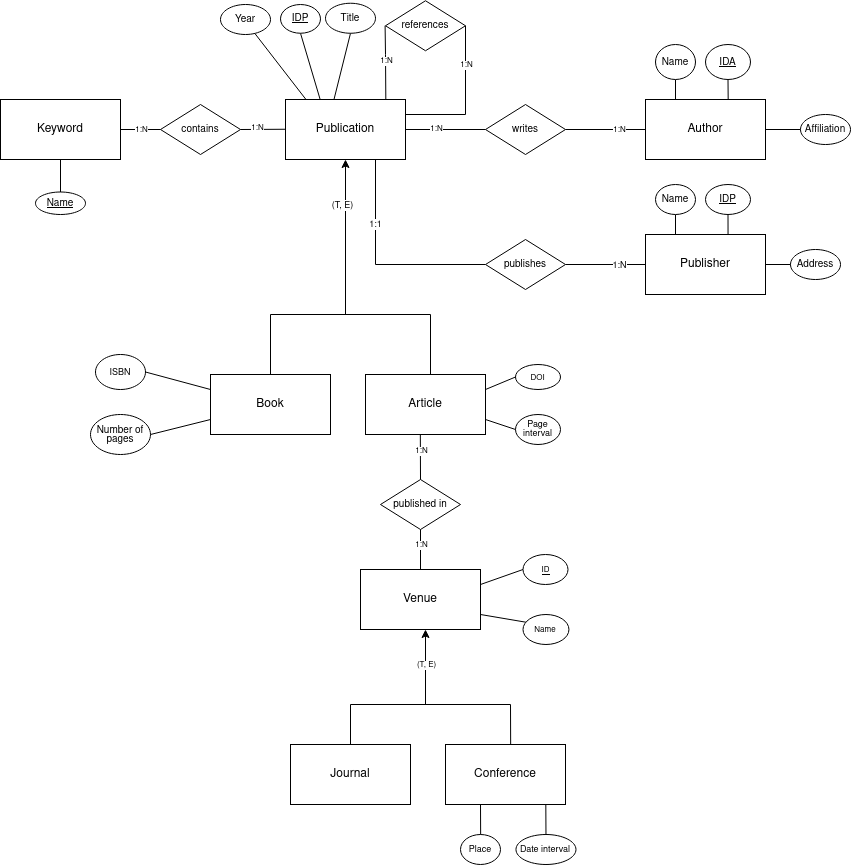
This is schemas/ER_def.drawio.png from Eliaxie/SMBUD-NoSQL-Project, a draw.io export, as it was before one commit. Source tidied: cells renumbered, new cells last; positions are measured from the earlier drawing's top-left corner, leaving out a move shared by most shapes.
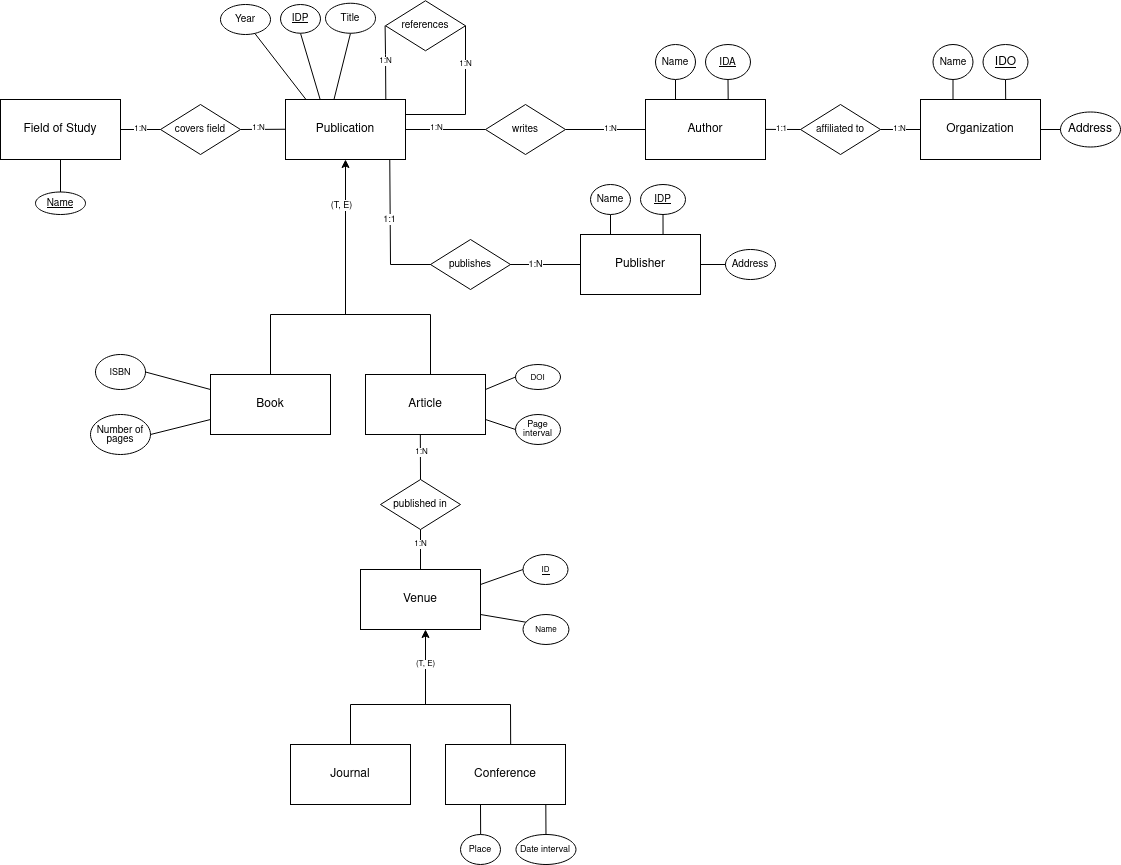
After the change.

What changed in the source:
```diff
@@ -42,7 +42,9 @@
       <mxGeometry relative="1" as="geometry" />
     </mxCell>
     <mxCell id="15" value="1:N" style="edgeLabel;html=1;align=center;verticalAlign=middle;fontSize=8;" parent="14" vertex="1">
-      <mxGeometry x="0.32" relative="1" as="geometry" />
+      <mxGeometry x="0.32" relative="1" as="geometry">
+        <mxPoint x="-8" as="offset" />
+      </mxGeometry>
     </mxCell>
     <mxCell id="16" style="endArrow=none;html=1;rounded=0;fontSize=8;exitX=1;exitY=0.5;exitDx=0;exitDy=0;" parent="1" edge="1" source="2" target="18">
       <mxGeometry relative="1" as="geometry" />
@@ -134,33 +136,33 @@
       </mxGeometry>
     </mxCell>
     <mxCell id="38" value="Publisher" style="whiteSpace=wrap;html=1;" parent="1" vertex="1">
-      <mxGeometry x="645" y="234" width="120" height="60" as="geometry" />
+      <mxGeometry x="580" y="234" width="120" height="60" as="geometry" />
     </mxCell>
     <mxCell id="39" style="endArrow=none;html=1;rounded=0;entryX=0.25;entryY=0;entryDx=0;entryDy=0;exitX=0.5;exitY=1;exitDx=0;exitDy=0;" parent="1" edge="1" source="40" target="38">
       <mxGeometry relative="1" as="geometry" />
     </mxCell>
     <mxCell id="40" value="&lt;font style=&quot;font-size: 10px;&quot;&gt;Name&lt;/font&gt;" style="ellipse;whiteSpace=wrap;html=1;" parent="1" vertex="1">
-      <mxGeometry x="655" y="184" width="40" height="30" as="geometry" />
+      <mxGeometry x="590" y="184" width="40" height="30" as="geometry" />
     </mxCell>
     <mxCell id="41" style="endArrow=none;html=1;rounded=0;entryX=0.688;entryY=0.002;entryDx=0;entryDy=0;exitX=0.5;exitY=1;exitDx=0;exitDy=0;entryPerimeter=0;" parent="1" edge="1" source="42" target="38">
       <mxGeometry relative="1" as="geometry" />
     </mxCell>
     <mxCell id="42" value="&lt;font style=&quot;font-size: 10px;&quot;&gt;&lt;span style=&quot;&quot;&gt;&lt;u&gt;IDP&lt;/u&gt;&lt;/span&gt;&lt;/font&gt;" style="ellipse;whiteSpace=wrap;html=1;" parent="1" vertex="1">
-      <mxGeometry x="705" y="184" width="45" height="30" as="geometry" />
+      <mxGeometry x="640" y="184" width="45" height="30" as="geometry" />
     </mxCell>
     <mxCell id="43" style="endArrow=none;html=1;rounded=0;fontSize=8;exitX=1;exitY=0.5;exitDx=0;exitDy=0;entryX=0;entryY=0.5;entryDx=0;entryDy=0;" parent="1" edge="1" target="38">
       <mxGeometry relative="1" as="geometry">
-        <mxPoint x="565" y="264" as="sourcePoint" />
+        <mxPoint x="445" y="264" as="sourcePoint" />
       </mxGeometry>
     </mxCell>
     <mxCell id="44" value="1:N" style="edgeLabel;html=1;align=center;verticalAlign=middle;fontSize=9;" parent="43" vertex="1">
       <mxGeometry x="0.33" relative="1" as="geometry" />
     </mxCell>
-    <mxCell id="45" style="endArrow=none;html=1;rounded=0;labelBackgroundColor=#FFFF66;fontSize=8;exitX=0;exitY=0.5;exitDx=0;exitDy=0;entryX=0.75;entryY=1;entryDx=0;entryDy=0;" parent="1" edge="1" target="2">
+    <mxCell id="45" style="endArrow=none;html=1;rounded=0;labelBackgroundColor=#FFFF66;fontSize=8;exitX=0;exitY=0.5;exitDx=0;exitDy=0;entryX=0.869;entryY=1;entryDx=0;entryDy=0;entryPerimeter=0;" parent="1" edge="1" target="2">
       <mxGeometry relative="1" as="geometry">
         <mxPoint x="485" y="264" as="sourcePoint" />
         <Array as="points">
-          <mxPoint x="375" y="264" />
+          <mxPoint x="390" y="264" />
         </Array>
       </mxGeometry>
     </mxCell>
@@ -169,24 +171,18 @@
     </mxCell>
     <mxCell id="47" style="endArrow=none;html=1;rounded=0;entryX=1;entryY=0.5;entryDx=0;entryDy=0;" parent="1" edge="1" target="38">
       <mxGeometry relative="1" as="geometry">
-        <mxPoint x="800" y="264" as="sourcePoint" />
+        <mxPoint x="735" y="264" as="sourcePoint" />
       </mxGeometry>
     </mxCell>
     <mxCell id="48" value="&lt;font style=&quot;font-size: 10px;&quot;&gt;&lt;span style=&quot;&quot;&gt;Address&lt;/span&gt;&lt;/font&gt;" style="ellipse;whiteSpace=wrap;html=1;" parent="1" vertex="1">
-      <mxGeometry x="790" y="249" width="50" height="30" as="geometry" />
+      <mxGeometry x="725" y="249" width="50" height="30" as="geometry" />
     </mxCell>
     <mxCell id="49" value="&lt;font style=&quot;font-size: 10px;&quot;&gt;references&lt;/font&gt;" style="rhombus;whiteSpace=wrap;html=1;fontSize=8;" parent="1" vertex="1">
       <mxGeometry x="385" y="0.2" width="80" height="50" as="geometry" />
     </mxCell>
     <mxCell id="50" value="&lt;font style=&quot;font-size: 10px;&quot;&gt;publishes&lt;/font&gt;" style="rhombus;whiteSpace=wrap;html=1;fontSize=8;" parent="1" vertex="1">
-      <mxGeometry x="485" y="239" width="80" height="50" as="geometry" />
+      <mxGeometry x="430" y="239" width="80" height="50" as="geometry" />
     </mxCell>
-    <mxCell id="51" value="&lt;font style=&quot;font-size: 10px;&quot;&gt;Affiliation&lt;/font&gt;" style="ellipse;whiteSpace=wrap;html=1;" parent="1" vertex="1">
-      <mxGeometry x="800" y="114" width="50" height="30" as="geometry" />
-    </mxCell>
-    <mxCell id="52" style="endArrow=none;html=1;rounded=0;entryX=1;entryY=0.5;entryDx=0;entryDy=0;exitX=0;exitY=0.5;exitDx=0;exitDy=0;" parent="1" edge="1" source="51" target="3">
-      <mxGeometry relative="1" as="geometry" />
-    </mxCell>
     <mxCell id="53" value="&lt;font style=&quot;font-size: 10px;&quot;&gt;published in&lt;/font&gt;" style="rhombus;whiteSpace=wrap;html=1;fontSize=8;" parent="1" vertex="1">
       <mxGeometry x="380" y="479" width="80" height="50" as="geometry" />
     </mxCell>
@@ -259,10 +255,10 @@
     <mxCell id="69" value="(T, E)" style="edgeLabel;html=1;align=center;verticalAlign=middle;fontSize=8;" parent="1" vertex="1">
       <mxGeometry x="425" y="664" as="geometry" />
     </mxCell>
-    <mxCell id="70" value="Keyword" style="rounded=0;whiteSpace=wrap;html=1;" parent="1" vertex="1">
+    <mxCell id="70" value="Field of Study" style="rounded=0;whiteSpace=wrap;html=1;" parent="1" vertex="1">
       <mxGeometry y="99" width="120" height="60" as="geometry" />
     </mxCell>
-    <mxCell id="71" value="&lt;font style=&quot;font-size: 10px;&quot;&gt;contains&lt;/font&gt;" style="rhombus;whiteSpace=wrap;html=1;fontSize=8;" parent="1" vertex="1">
+    <mxCell id="71" value="&lt;font style=&quot;font-size: 10px;&quot;&gt;covers field&lt;br&gt;&lt;/font&gt;" style="rhombus;whiteSpace=wrap;html=1;fontSize=8;" parent="1" vertex="1">
       <mxGeometry x="160" y="104" width="80" height="50" as="geometry" />
     </mxCell>
     <mxCell id="72" style="endArrow=none;html=1;rounded=0;fontSize=8;exitX=1;exitY=0.5;exitDx=0;exitDy=0;" parent="1" edge="1" source="71">
@@ -289,5 +285,51 @@
     <mxCell id="77" value="&lt;font style=&quot;font-size: 10px;&quot;&gt;&lt;u&gt;&lt;font style=&quot;font-size: 10px;&quot;&gt;Name&lt;/font&gt;&lt;/u&gt;&lt;/font&gt;" style="ellipse;whiteSpace=wrap;html=1;" parent="1" vertex="1">
       <mxGeometry x="35" y="191.5" width="50" height="22.5" as="geometry" />
     </mxCell>
+    <mxCell id="78" value="&lt;font style=&quot;font-size: 10px;&quot;&gt;affiliated to&lt;br&gt;&lt;/font&gt;" style="rhombus;whiteSpace=wrap;html=1;fontSize=8;" parent="1" vertex="1">
+      <mxGeometry x="800" y="104" width="80" height="50" as="geometry" />
+    </mxCell>
+    <mxCell id="79" value="Organization" style="whiteSpace=wrap;html=1;" parent="1" vertex="1">
+      <mxGeometry x="920" y="99" width="120" height="60" as="geometry" />
+    </mxCell>
+    <mxCell id="80" style="endArrow=none;html=1;rounded=0;fontSize=8;exitX=1;exitY=0.5;exitDx=0;exitDy=0;entryX=0;entryY=0.5;entryDx=0;entryDy=0;" parent="1" edge="1" source="78" target="79">
+      <mxGeometry relative="1" as="geometry" />
+    </mxCell>
+    <mxCell id="81" value="1:N" style="edgeLabel;html=1;align=center;verticalAlign=middle;fontSize=8;" parent="80" vertex="1">
+      <mxGeometry x="0.32" relative="1" as="geometry">
+        <mxPoint x="-8" as="offset" />
+      </mxGeometry>
+    </mxCell>
+    <mxCell id="82" style="endArrow=none;html=1;rounded=0;fontSize=8;exitX=1;exitY=0.5;exitDx=0;exitDy=0;entryX=0;entryY=0.5;entryDx=0;entryDy=0;" parent="1" edge="1" target="78">
+      <mxGeometry relative="1" as="geometry">
+        <mxPoint x="765" y="128.9" as="sourcePoint" />
+      </mxGeometry>
+    </mxCell>
+    <mxCell id="83" value="1:1" style="edgeLabel;html=1;align=center;verticalAlign=middle;fontSize=8;" parent="82" vertex="1">
+      <mxGeometry x="0.32" relative="1" as="geometry">
+        <mxPoint x="-8" as="offset" />
+      </mxGeometry>
+    </mxCell>
+    <mxCell id="84" style="endArrow=none;html=1;rounded=0;entryX=0.25;entryY=0;entryDx=0;entryDy=0;exitX=0.5;exitY=1;exitDx=0;exitDy=0;" parent="1" edge="1" source="85">
+      <mxGeometry relative="1" as="geometry">
+        <mxPoint x="952.5" y="99" as="targetPoint" />
+      </mxGeometry>
+    </mxCell>
+    <mxCell id="85" value="&lt;font style=&quot;font-size: 10px;&quot;&gt;Name&lt;/font&gt;" style="ellipse;whiteSpace=wrap;html=1;" parent="1" vertex="1">
+      <mxGeometry x="932.5" y="44" width="40" height="35" as="geometry" />
+    </mxCell>
+    <mxCell id="86" style="endArrow=none;html=1;rounded=0;entryX=0.689;entryY=-0.002;entryDx=0;entryDy=0;exitX=0.5;exitY=1;exitDx=0;exitDy=0;entryPerimeter=0;" parent="1" edge="1" source="87">
+      <mxGeometry relative="1" as="geometry">
+        <mxPoint x="1005.2" y="98.9" as="targetPoint" />
+      </mxGeometry>
+    </mxCell>
+    <mxCell id="87" value="&lt;u&gt;IDO&lt;/u&gt;" style="ellipse;whiteSpace=wrap;html=1;" parent="1" vertex="1">
+      <mxGeometry x="982.5" y="44" width="45" height="35" as="geometry" />
+    </mxCell>
+    <mxCell id="88" value="Address" style="ellipse;whiteSpace=wrap;html=1;" parent="1" vertex="1">
+      <mxGeometry x="1060" y="111.5" width="60" height="35" as="geometry" />
+    </mxCell>
+    <mxCell id="89" style="endArrow=none;html=1;rounded=0;entryX=1;entryY=0.5;entryDx=0;entryDy=0;exitX=0;exitY=0.5;exitDx=0;exitDy=0;" parent="1" edge="1" source="88" target="79">
+      <mxGeometry relative="1" as="geometry" />
+    </mxCell>
   </root>
 </mxGraphModel>
```
